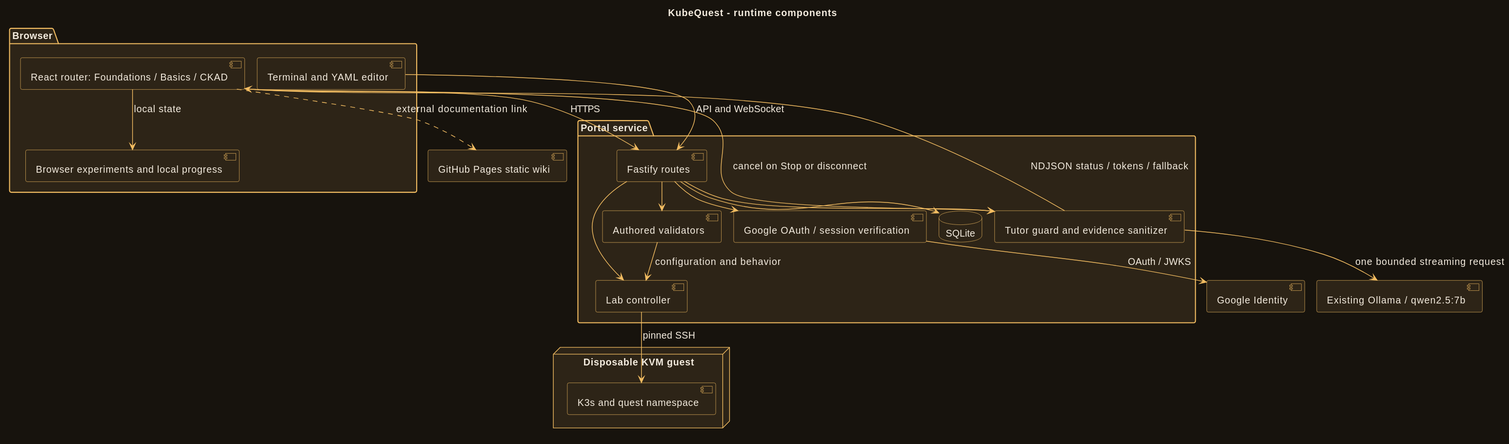
The PlantUML diagram diagrams/component.svg in ramideltoro/kubequest-wiki, before a commit. Its source is kept beside it as diagrams/component.puml.
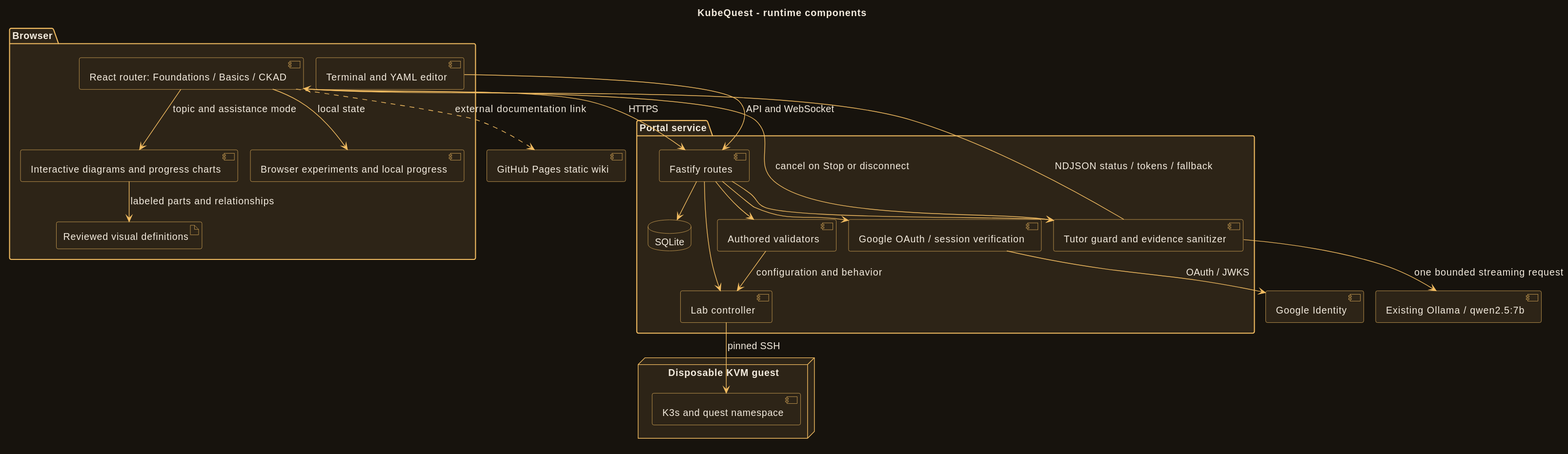
After the commit.

What changed in the source:
```diff
@@ -72,6 +72,8 @@
 package "Browser" {
  component "React router: Foundations / Basics / CKAD" as UI
  component "Browser experiments and local progress" as Sim
+ component "Interactive diagrams and progress charts" as Visuals
+ artifact "Reviewed visual definitions" as VisualContent
  component "Terminal and YAML editor" as Editor
 }
 package "Portal service" {
@@ -90,6 +92,8 @@
 component "Existing Ollama / qwen2.5:7b" as Ollama
 UI --> API : HTTPS
 UI --> Sim : local state
+UI --> Visuals : topic and assistance mode
+Visuals --> VisualContent : labeled parts and relationships
 UI ..> Wiki : external documentation link
 Editor --> API : API and WebSocket
 API --> Auth
```
